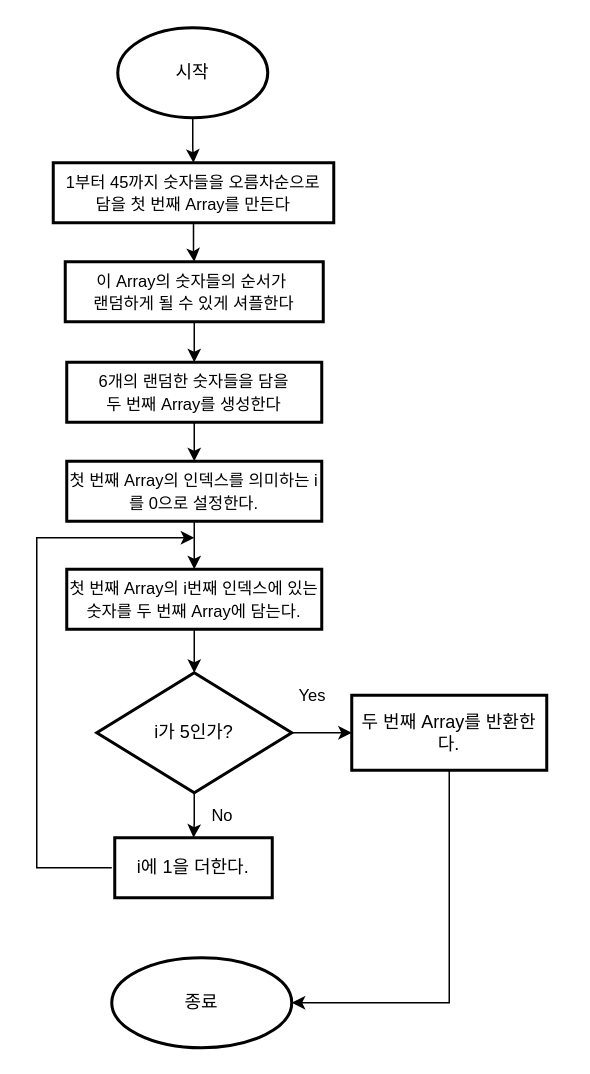
Above: FlowChart/GenerateRandomNumber.drawio in yagom-academy/swift-starter-Round2 (draw.io), before the change. Source tidied: cells renumbered, new cells numbered last; positions are measured from the earlier drawing's top-left corner, leaving out a move shared by most shapes. Both pictures are drawn from the tidied source at 150%, with x=0, y=0 at pixel (36, 27).
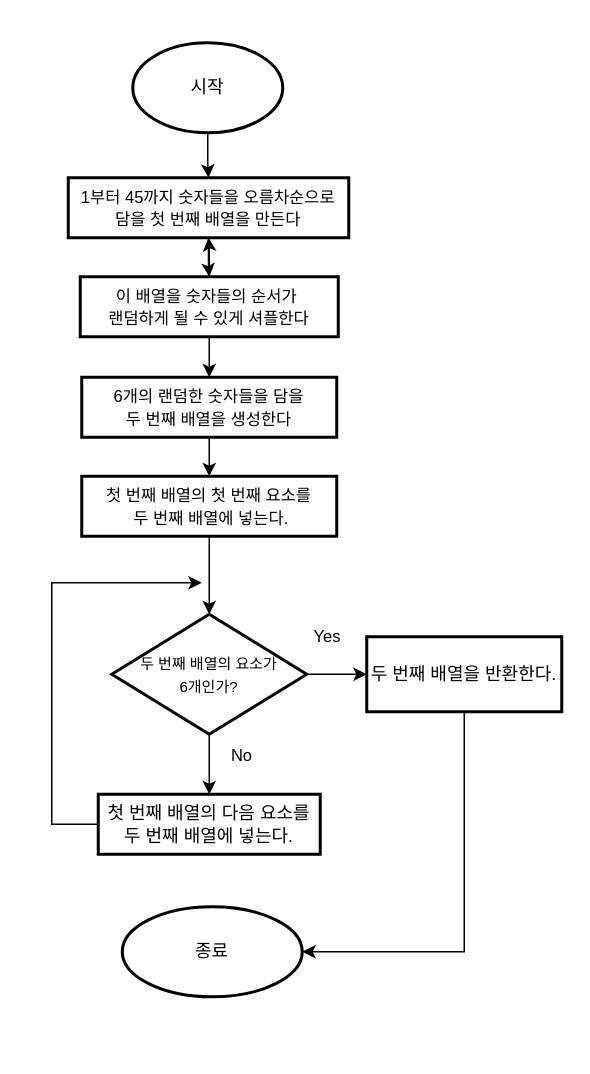
After the change.

What changed in the source:
```diff
@@
-    <mxCell id="2" style="edgeStyle=orthogonalEdgeStyle;rounded=0;jettySize=auto;html=1;" parent="1" edge="1" source="3" target="5">
-      <mxGeometry relative="1" as="geometry" />
-    </mxCell>
+    <mxCell id="24" style="edgeStyle=orthogonalEdgeStyle;rounded=0;jettySize=auto;html=1;" parent="1" edge="1" source="3" target="26">
+      <mxGeometry relative="1" as="geometry" />
+    </mxCell>
     <mxCell id="3" value="시작" style="strokeWidth=2;html=1;shape=mxgraph.flowchart.start_1;whiteSpace=wrap;" parent="1" vertex="1">
-      <mxGeometry x="54" width="100" height="60" as="geometry" />
+      <mxGeometry x="64" y="10" width="100" height="60" as="geometry" />
     </mxCell>
-    <mxCell id="4" style="edgeStyle=orthogonalEdgeStyle;rounded=0;jettySize=auto;html=1;fontSize=11;" parent="1" edge="1" source="5" target="7">
-      <mxGeometry relative="1" as="geometry" />
-    </mxCell>
-    <mxCell id="5" value="&lt;font style=&quot;font-size: 11px&quot;&gt;1부터 45까지 숫자들을 오름차순으로&lt;br&gt;담을 첫 번째 Array를 만든다&lt;/font&gt;" style="whiteSpace=wrap;html=1;strokeWidth=2;" parent="1" vertex="1">
-      <mxGeometry x="11" y="90" width="187" height="40" as="geometry" />
-    </mxCell>
-    <mxCell id="6" style="edgeStyle=orthogonalEdgeStyle;rounded=0;jettySize=auto;html=1;fontSize=11;" parent="1" edge="1" source="7" target="9">
-      <mxGeometry relative="1" as="geometry" />
-    </mxCell>
-    <mxCell id="7" value="&lt;span style=&quot;font-size: 11px&quot;&gt;이 Array의 숫자들의 순서가&amp;nbsp;&lt;br&gt;랜덤하게 될 수 있게 셔플한다&lt;/span&gt;" style="whiteSpace=wrap;html=1;strokeWidth=2;" parent="1" vertex="1">
-      <mxGeometry x="19" y="156" width="172" height="40" as="geometry" />
-    </mxCell>
-    <mxCell id="8" style="edgeStyle=orthogonalEdgeStyle;rounded=0;jettySize=auto;html=1;fontSize=11;" parent="1" edge="1" source="9" target="11">
-      <mxGeometry relative="1" as="geometry" />
-    </mxCell>
-    <mxCell id="9" value="&lt;span style=&quot;font-size: 11px&quot;&gt;6개의 랜덤한 숫자들을 담을&lt;br&gt;&lt;/span&gt;&lt;span style=&quot;font-size: 11px&quot;&gt;두 번째 Array를 생성한다&lt;br&gt;&lt;/span&gt;" style="whiteSpace=wrap;html=1;strokeWidth=2;" parent="1" vertex="1">
-      <mxGeometry x="20" y="223" width="170" height="40" as="geometry" />
-    </mxCell>
-    <mxCell id="10" style="edgeStyle=orthogonalEdgeStyle;rounded=0;jettySize=auto;html=1;fontSize=11;" parent="1" edge="1" source="11" target="13">
-      <mxGeometry relative="1" as="geometry" />
-    </mxCell>
-    <mxCell id="11" value="&lt;span style=&quot;font-size: 11px&quot;&gt;첫 번째 Array의 인덱스를 의미하는 i를 0으로 설정한다.&lt;br&gt;&lt;/span&gt;" style="whiteSpace=wrap;html=1;strokeWidth=2;" parent="1" vertex="1">
-      <mxGeometry x="20" y="289" width="170" height="40" as="geometry" />
-    </mxCell>
-    <mxCell id="12" style="edgeStyle=orthogonalEdgeStyle;rounded=0;jettySize=auto;html=1;fontSize=11;" parent="1" edge="1" source="13" target="16">
-      <mxGeometry relative="1" as="geometry" />
-    </mxCell>
-    <mxCell id="13" value="&lt;span style=&quot;font-size: 11px&quot;&gt;첫 번째 Array의 i번째 인덱스에 있는 숫자를 두 번째 Array에 담는다.&lt;br&gt;&lt;/span&gt;" style="whiteSpace=wrap;html=1;strokeWidth=2;" parent="1" vertex="1">
-      <mxGeometry x="20" y="361" width="170" height="40" as="geometry" />
-    </mxCell>
-    <mxCell id="14" style="edgeStyle=orthogonalEdgeStyle;rounded=0;jettySize=auto;html=1;fontSize=11;" parent="1" edge="1" source="16" target="19">
-      <mxGeometry relative="1" as="geometry" />
-    </mxCell>
-    <mxCell id="15" style="edgeStyle=orthogonalEdgeStyle;rounded=0;jettySize=auto;html=1;fontSize=11;" parent="1" edge="1" source="16" target="20">
-      <mxGeometry relative="1" as="geometry" />
-    </mxCell>
-    <mxCell id="16" value="i가 5인가?" style="rhombus;whiteSpace=wrap;html=1;strokeWidth=2;" parent="1" vertex="1">
-      <mxGeometry x="40" y="430" width="130" height="80" as="geometry" />
-    </mxCell>
-    <mxCell id="17" style="endArrow=classic;html=1;rounded=0;fontSize=11;" parent="1" edge="1">
-      <mxGeometry relative="1" as="geometry">
-        <mxPoint x="50" y="560" as="sourcePoint" />
-        <mxPoint x="105" y="340" as="targetPoint" />
-        <Array as="points">
-          <mxPoint y="560" />
-          <mxPoint y="470" />
-          <mxPoint y="340" />
-        </Array>
-      </mxGeometry>
-    </mxCell>
+    <mxCell id="25" style="edgeStyle=orthogonalEdgeStyle;rounded=0;jettySize=auto;html=1;fontSize=11;" parent="1" edge="1" source="26" target="29">
+      <mxGeometry relative="1" as="geometry" />
+    </mxCell>
+    <mxCell id="26" value="&lt;font style=&quot;font-size: 11px&quot;&gt;1부터 45까지 숫자들을 오름차순으로&lt;br&gt;담을 첫 번째 배열을&amp;nbsp;만든다&lt;/font&gt;" style="whiteSpace=wrap;html=1;strokeWidth=2;" parent="1" vertex="1">
+      <mxGeometry x="21" y="100" width="187" height="40" as="geometry" />
+    </mxCell>
+    <mxCell id="27" style="edgeStyle=orthogonalEdgeStyle;rounded=0;jettySize=auto;html=1;fontSize=11;" parent="1" edge="1" source="29" target="31">
+      <mxGeometry relative="1" as="geometry" />
+    </mxCell>
+    <mxCell id="28" style="edgeStyle=orthogonalEdgeStyle;rounded=0;jettySize=auto;html=1;" parent="1" edge="1" source="29" target="26">
+      <mxGeometry relative="1" as="geometry" />
+    </mxCell>
+    <mxCell id="29" value="&lt;span style=&quot;font-size: 11px&quot;&gt;이 배열을 숫자들의 순서가&amp;nbsp;&lt;br&gt;랜덤하게 될 수 있게 셔플한다&lt;/span&gt;" style="whiteSpace=wrap;html=1;strokeWidth=2;" parent="1" vertex="1">
+      <mxGeometry x="29" y="166" width="172" height="40" as="geometry" />
+    </mxCell>
+    <mxCell id="30" style="edgeStyle=orthogonalEdgeStyle;rounded=0;jettySize=auto;html=1;fontSize=11;" parent="1" edge="1" source="31" target="33">
+      <mxGeometry relative="1" as="geometry" />
+    </mxCell>
+    <mxCell id="31" value="&lt;span style=&quot;font-size: 11px&quot;&gt;6개의 랜덤한 숫자들을 담을&lt;br&gt;&lt;/span&gt;&lt;span style=&quot;font-size: 11px&quot;&gt;두 번째 배열을 생성한다&lt;br&gt;&lt;/span&gt;" style="whiteSpace=wrap;html=1;strokeWidth=2;" parent="1" vertex="1">
+      <mxGeometry x="30" y="233" width="170" height="40" as="geometry" />
+    </mxCell>
+    <mxCell id="32" style="edgeStyle=orthogonalEdgeStyle;rounded=0;jettySize=auto;html=1;fontSize=11;entryX=0.5;entryY=0;entryDx=0;entryDy=0;" parent="1" edge="1" source="33" target="36">
+      <mxGeometry relative="1" as="geometry" />
+    </mxCell>
+    <mxCell id="33" value="&lt;span style=&quot;font-size: 11px&quot;&gt;첫 번째 배열의 첫 번째 요소를&lt;br&gt;&amp;nbsp;두 번째 배열에 넣는다.&lt;br&gt;&lt;/span&gt;" style="whiteSpace=wrap;html=1;strokeWidth=2;" parent="1" vertex="1">
+      <mxGeometry x="30" y="299" width="170" height="40" as="geometry" />
+    </mxCell>
+    <mxCell id="34" style="edgeStyle=orthogonalEdgeStyle;rounded=0;jettySize=auto;html=1;fontSize=11;" parent="1" edge="1" source="36" target="38">
+      <mxGeometry relative="1" as="geometry" />
+    </mxCell>
+    <mxCell id="35" style="edgeStyle=orthogonalEdgeStyle;rounded=0;jettySize=auto;html=1;fontSize=11;" parent="1" edge="1" source="36" target="39">
+      <mxGeometry relative="1" as="geometry" />
+    </mxCell>
+    <mxCell id="36" value="&lt;font style=&quot;font-size: 10px&quot;&gt;두 번째 배열의 요소가 &lt;br&gt;6개인가?&lt;/font&gt;" style="rhombus;whiteSpace=wrap;html=1;strokeWidth=2;" parent="1" vertex="1">
+      <mxGeometry x="50" y="391" width="130" height="80" as="geometry" />
+    </mxCell>
+    <mxCell id="37" style="endArrow=classic;html=1;rounded=0;fontSize=11;exitX=0;exitY=0.5;exitDx=0;exitDy=0;" parent="1" edge="1" source="38">
+      <mxGeometry relative="1" as="geometry">
+        <mxPoint x="110" y="370" as="targetPoint" />
+        <Array as="points">
+          <mxPoint x="10" y="531" />
+          <mxPoint x="10" y="480" />
+          <mxPoint x="10" y="370" />
+        </Array>
+      </mxGeometry>
+    </mxCell>
     <mxCell id="18" value="No" style="text;html=1;strokeColor=none;fillColor=none;align=center;verticalAlign=middle;whiteSpace=wrap;rounded=0;labelBackgroundColor=#FFFFFF;fontSize=11;" parent="1" vertex="1">
-      <mxGeometry x="94" y="510" width="60" height="30" as="geometry" />
+      <mxGeometry x="107" y="470" width="60" height="30" as="geometry" />
     </mxCell>
-    <mxCell id="19" value="i에 1을 더한다." style="whiteSpace=wrap;html=1;strokeWidth=2;" parent="1" vertex="1">
-      <mxGeometry x="52" y="540" width="105" height="40" as="geometry" />
-    </mxCell>
-    <mxCell id="20" value="두 번째 Array를 반환한다." style="whiteSpace=wrap;html=1;strokeWidth=2;" parent="1" vertex="1">
-      <mxGeometry x="210" y="445" width="130" height="50" as="geometry" />
-    </mxCell>
+    <mxCell id="38" value="첫 번째 배열의 다음 요소를 &lt;br&gt;두 번째 배열에 넣는다." style="whiteSpace=wrap;html=1;strokeWidth=2;" parent="1" vertex="1">
+      <mxGeometry x="41" y="511" width="148" height="40" as="geometry" />
+    </mxCell>
+    <mxCell id="39" value="두 번째 배열을 반환한다." style="whiteSpace=wrap;html=1;strokeWidth=2;" parent="1" vertex="1">
+      <mxGeometry x="220" y="406" width="130" height="50" as="geometry" />
+    </mxCell>
     <mxCell id="21" value="Yes" style="text;html=1;strokeColor=none;fillColor=none;align=center;verticalAlign=middle;whiteSpace=wrap;rounded=0;labelBackgroundColor=#FFFFFF;fontSize=11;" parent="1" vertex="1">
-      <mxGeometry x="154" y="430" width="60" height="30" as="geometry" />
+      <mxGeometry x="164" y="391" width="60" height="30" as="geometry" />
     </mxCell>
     <mxCell id="22" value="종료" style="ellipse;whiteSpace=wrap;html=1;strokeWidth=2;" parent="1" vertex="1">
-      <mxGeometry x="50" y="620" width="120" height="60" as="geometry" />
+      <mxGeometry x="57" y="586" width="120" height="60" as="geometry" />
     </mxCell>
-    <mxCell id="23" style="endArrow=classic;html=1;rounded=0;fontSize=11;exitX=0.5;exitY=1;exitDx=0;exitDy=0;entryX=1;entryY=0.5;entryDx=0;entryDy=0;" parent="1" edge="1" source="20" target="22">
-      <mxGeometry relative="1" as="geometry">
-        <Array as="points">
-          <mxPoint x="275" y="650" />
-        </Array>
-      </mxGeometry>
-    </mxCell>
+    <mxCell id="40" style="endArrow=classic;html=1;rounded=0;fontSize=11;exitX=0.5;exitY=1;exitDx=0;exitDy=0;entryX=1;entryY=0.5;entryDx=0;entryDy=0;" parent="1" edge="1" source="39" target="22">
+      <mxGeometry relative="1" as="geometry">
+        <Array as="points">
+          <mxPoint x="285" y="616" />
+        </Array>
+      </mxGeometry>
+    </mxCell>
```
